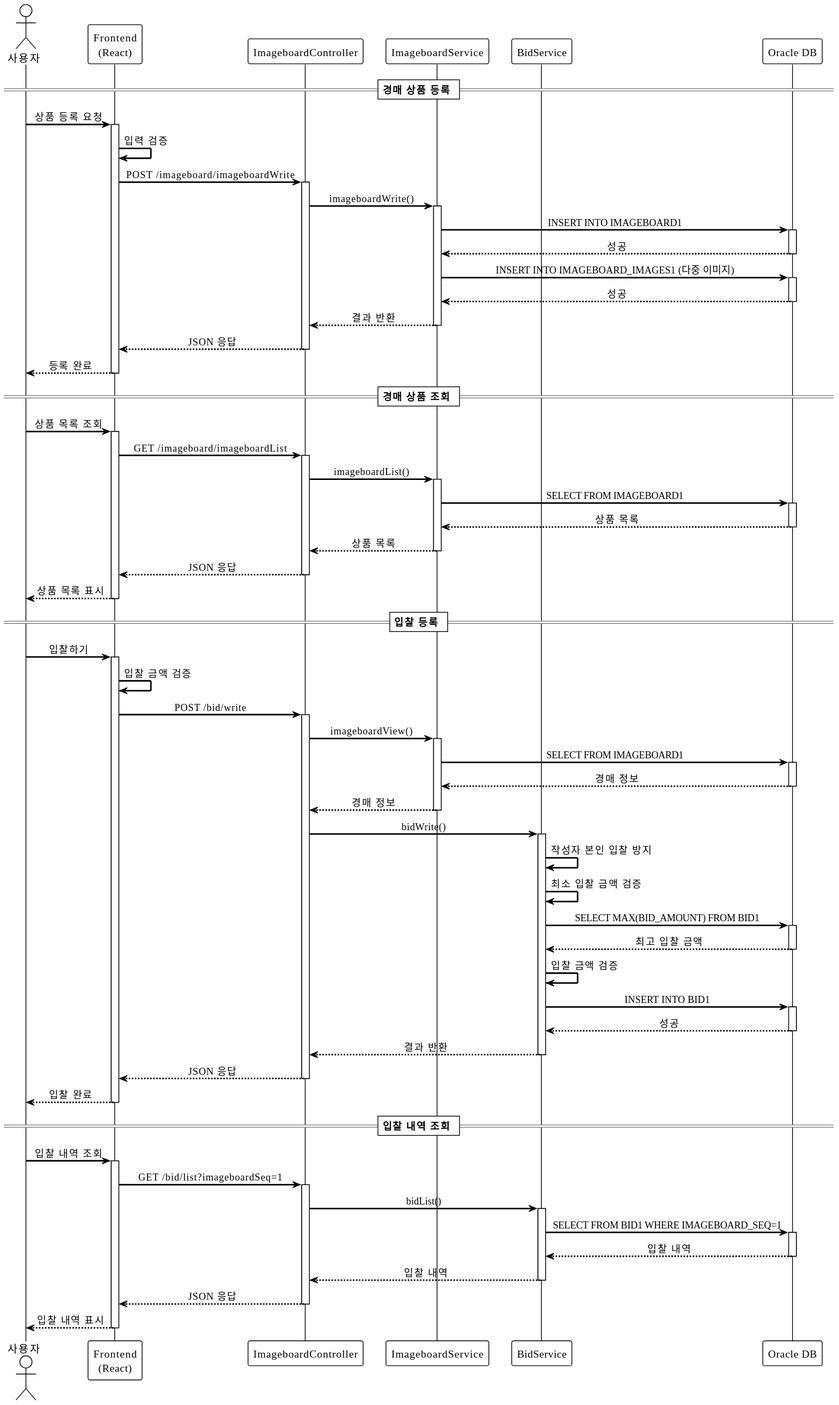
This is Document/PPT/goldauction/시퀀스_다이어그램_경매_입찰.svg from snlee1004/goldauction, a PlantUML export, as it was before one commit. The source it was exported from:
```plantuml
@startuml
!theme plain
skinparam defaultFontName "Malgun Gothic"
skinparam sequenceMessageAlign center
skinparam sequenceArrowThickness 2

actor 사용자 as User
participant "Frontend\n(React)" as Frontend
participant "ImageboardController" as Controller
participant "ImageboardService" as Service
participant "BidService" as BidService
participant "Oracle DB" as DB

== 경매 상품 등록 ==
User -> Frontend: 상품 등록 요청
activate Frontend
Frontend -> Frontend: 입력 검증
Frontend -> Controller: POST /imageboard/imageboardWrite
activate Controller
Controller -> Service: imageboardWrite()
activate Service
Service -> DB: INSERT INTO IMAGEBOARD1
activate DB
DB --> Service: 성공
deactivate DB
Service -> DB: INSERT INTO IMAGEBOARD_IMAGES1 (다중 이미지)
activate DB
DB --> Service: 성공
deactivate DB
Service --> Controller: 결과 반환
deactivate Service
Controller --> Frontend: JSON 응답
deactivate Controller
Frontend --> User: 등록 완료
deactivate Frontend

== 경매 상품 조회 ==
User -> Frontend: 상품 목록 조회
activate Frontend
Frontend -> Controller: GET /imageboard/imageboardList
activate Controller
Controller -> Service: imageboardList()
activate Service
Service -> DB: SELECT FROM IMAGEBOARD1
activate DB
DB --> Service: 상품 목록
deactivate DB
Service --> Controller: 상품 목록
deactivate Service
Controller --> Frontend: JSON 응답
deactivate Controller
Frontend --> User: 상품 목록 표시
deactivate Frontend

== 입찰 등록 ==
User -> Frontend: 입찰하기
activate Frontend
Frontend -> Frontend: 입찰 금액 검증
Frontend -> Controller: POST /bid/write
activate Controller
Controller -> Service: imageboardView()
activate Service
Service -> DB: SELECT FROM IMAGEBOARD1
activate DB
DB --> Service: 경매 정보
deactivate DB
Service --> Controller: 경매 정보
deactivate Service
Controller -> BidService: bidWrite()
activate BidService
BidService -> BidService: 작성자 본인 입찰 방지
BidService -> BidService: 최소 입찰 금액 검증
BidService -> DB: SELECT MAX(BID_AMOUNT) FROM BID1
activate DB
DB --> BidService: 최고 입찰 금액
deactivate DB
BidService -> BidService: 입찰 금액 검증
BidService -> DB: INSERT INTO BID1
activate DB
DB --> BidService: 성공
deactivate DB
BidService --> Controller: 결과 반환
deactivate BidService
Controller --> Frontend: JSON 응답
deactivate Controller
Frontend --> User: 입찰 완료
deactivate Frontend

== 입찰 내역 조회 ==
User -> Frontend: 입찰 내역 조회
activate Frontend
Frontend -> Controller: GET /bid/list?imageboardSeq=1
activate Controller
Controller -> BidService: bidList()
activate BidService
BidService -> DB: SELECT FROM BID1 WHERE IMAGEBOARD_SEQ=1
activate DB
DB --> BidService: 입찰 내역
deactivate DB
BidService --> Controller: 입찰 내역
deactivate BidService
Controller --> Frontend: JSON 응답
deactivate Controller
Frontend --> User: 입찰 내역 표시
deactivate Frontend
@enduml
```
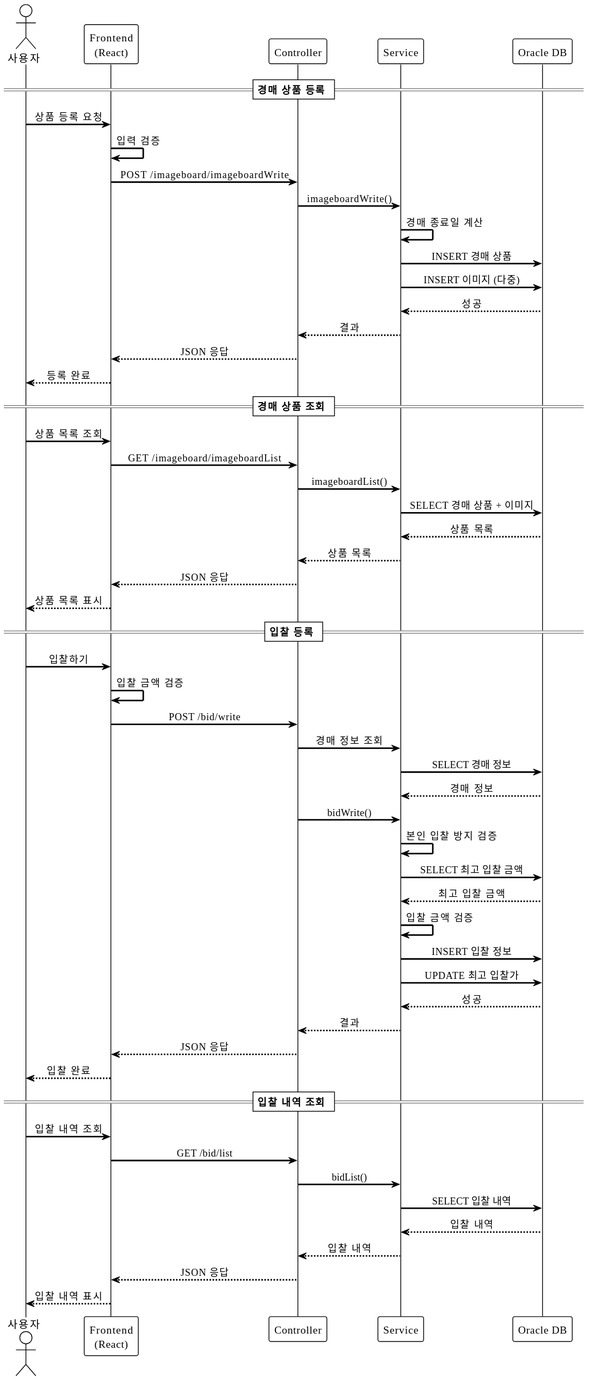
Above is the later version.

The edit, as a diff of the source:
```diff
@@ -6,101 +6,59 @@
 
 actor 사용자 as User
 participant "Frontend\n(React)" as Frontend
-participant "ImageboardController" as Controller
-participant "ImageboardService" as Service
-participant "BidService" as BidService
+participant "Controller" as Controller
+participant "Service" as Service
 participant "Oracle DB" as DB
 
 == 경매 상품 등록 ==
 User -> Frontend: 상품 등록 요청
-activate Frontend
 Frontend -> Frontend: 입력 검증
 Frontend -> Controller: POST /imageboard/imageboardWrite
-activate Controller
 Controller -> Service: imageboardWrite()
-activate Service
-Service -> DB: INSERT INTO IMAGEBOARD1
-activate DB
+Service -> Service: 경매 종료일 계산
+Service -> DB: INSERT 경매 상품
+Service -> DB: INSERT 이미지 (다중)
 DB --> Service: 성공
-deactivate DB
-Service -> DB: INSERT INTO IMAGEBOARD_IMAGES1 (다중 이미지)
-activate DB
-DB --> Service: 성공
-deactivate DB
-Service --> Controller: 결과 반환
-deactivate Service
+Service --> Controller: 결과
 Controller --> Frontend: JSON 응답
-deactivate Controller
 Frontend --> User: 등록 완료
-deactivate Frontend
 
 == 경매 상품 조회 ==
 User -> Frontend: 상품 목록 조회
-activate Frontend
 Frontend -> Controller: GET /imageboard/imageboardList
-activate Controller
 Controller -> Service: imageboardList()
-activate Service
-Service -> DB: SELECT FROM IMAGEBOARD1
-activate DB
+Service -> DB: SELECT 경매 상품 + 이미지
 DB --> Service: 상품 목록
-deactivate DB
 Service --> Controller: 상품 목록
-deactivate Service
 Controller --> Frontend: JSON 응답
-deactivate Controller
 Frontend --> User: 상품 목록 표시
-deactivate Frontend
 
 == 입찰 등록 ==
 User -> Frontend: 입찰하기
-activate Frontend
 Frontend -> Frontend: 입찰 금액 검증
 Frontend -> Controller: POST /bid/write
-activate Controller
-Controller -> Service: imageboardView()
-activate Service
-Service -> DB: SELECT FROM IMAGEBOARD1
-activate DB
+Controller -> Service: 경매 정보 조회
+Service -> DB: SELECT 경매 정보
 DB --> Service: 경매 정보
-deactivate DB
-Service --> Controller: 경매 정보
-deactivate Service
-Controller -> BidService: bidWrite()
-activate BidService
-BidService -> BidService: 작성자 본인 입찰 방지
-BidService -> BidService: 최소 입찰 금액 검증
-BidService -> DB: SELECT MAX(BID_AMOUNT) FROM BID1
-activate DB
-DB --> BidService: 최고 입찰 금액
-deactivate DB
-BidService -> BidService: 입찰 금액 검증
-BidService -> DB: INSERT INTO BID1
-activate DB
-DB --> BidService: 성공
-deactivate DB
-BidService --> Controller: 결과 반환
-deactivate BidService
+Controller -> Service: bidWrite()
+Service -> Service: 본인 입찰 방지 검증
+Service -> DB: SELECT 최고 입찰 금액
+DB --> Service: 최고 입찰 금액
+Service -> Service: 입찰 금액 검증
+Service -> DB: INSERT 입찰 정보
+Service -> DB: UPDATE 최고 입찰가
+DB --> Service: 성공
+Service --> Controller: 결과
 Controller --> Frontend: JSON 응답
-deactivate Controller
 Frontend --> User: 입찰 완료
-deactivate Frontend
 
 == 입찰 내역 조회 ==
 User -> Frontend: 입찰 내역 조회
-activate Frontend
-Frontend -> Controller: GET /bid/list?imageboardSeq=1
-activate Controller
-Controller -> BidService: bidList()
-activate BidService
-BidService -> DB: SELECT FROM BID1 WHERE IMAGEBOARD_SEQ=1
-activate DB
-DB --> BidService: 입찰 내역
-deactivate DB
-BidService --> Controller: 입찰 내역
-deactivate BidService
+Frontend -> Controller: GET /bid/list
+Controller -> Service: bidList()
+Service -> DB: SELECT 입찰 내역
+DB --> Service: 입찰 내역
+Service --> Controller: 입찰 내역
 Controller --> Frontend: JSON 응답
-deactivate Controller
 Frontend --> User: 입찰 내역 표시
-deactivate Frontend
 @enduml
```
